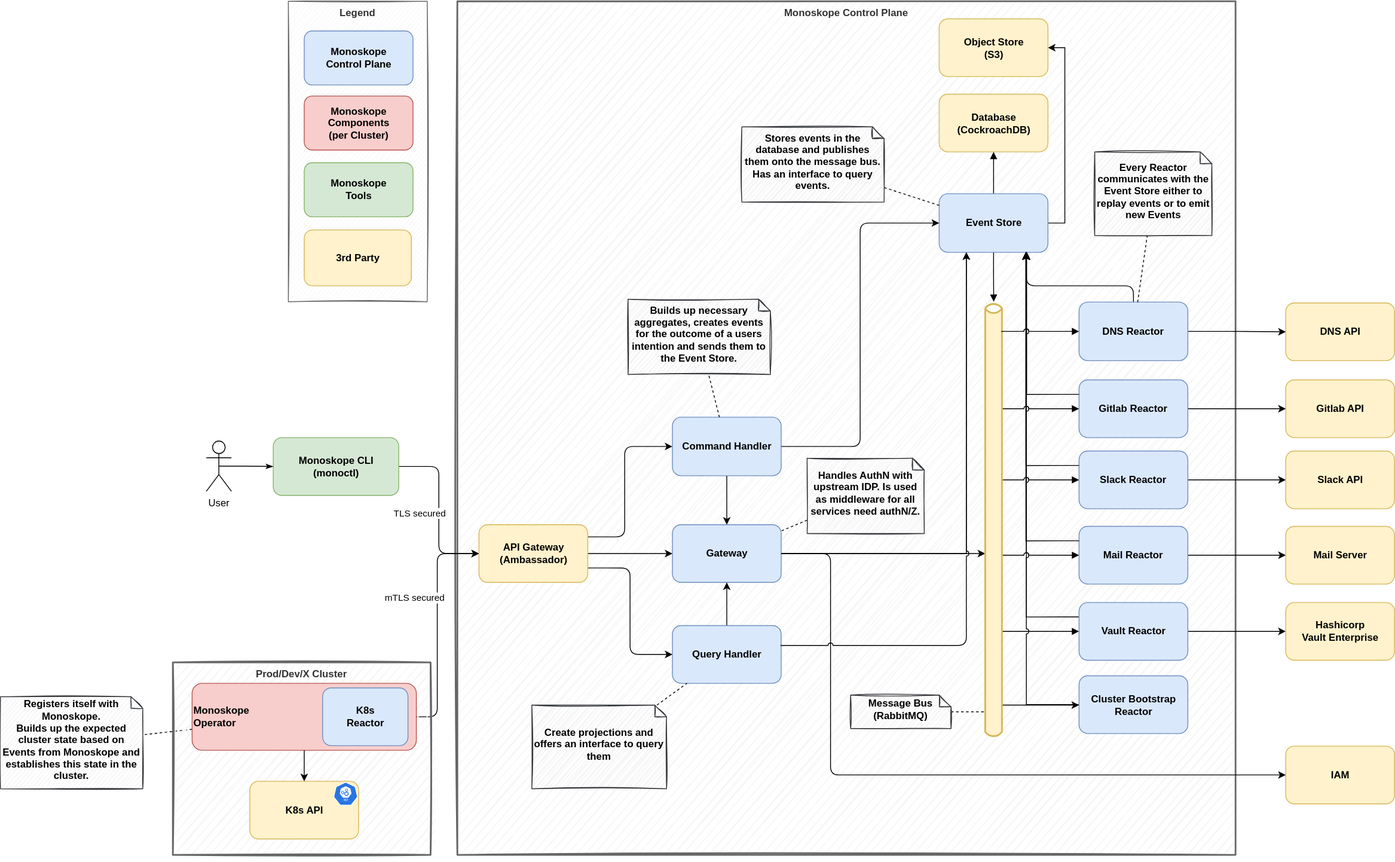
The draw.io diagram docs/diagrams/00-monoskope-architecture.drawio.svg in finleap-connect/monoskope, before a commit. Source tidied: cells renumbered, new cells last; positions are measured from the earlier drawing's top-left corner, leaving out a move shared by most shapes.
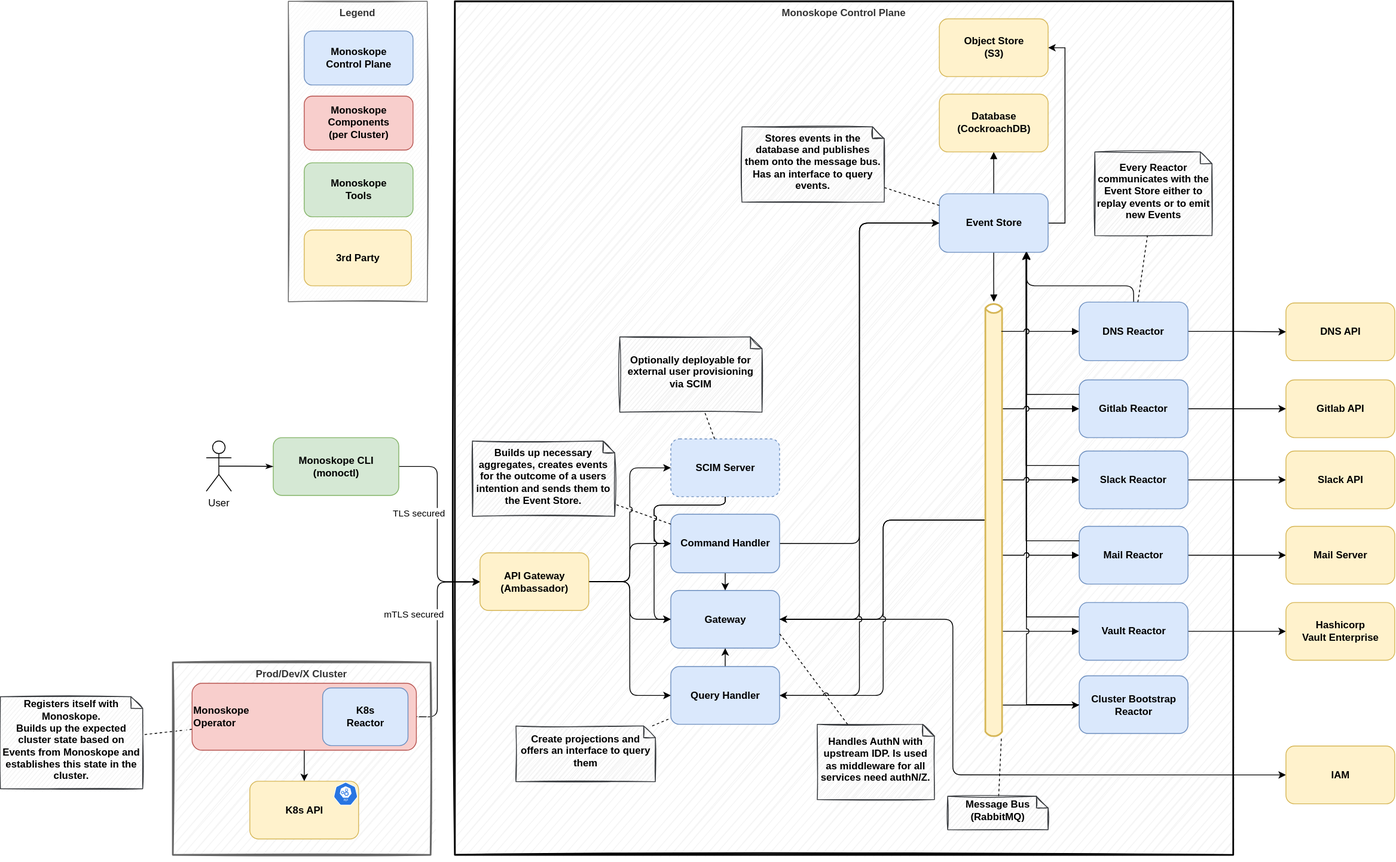
Later version of the same file.

Diff of the diagram source:
```diff
@@ -2,28 +2,33 @@
   <root>
     <mxCell id="0" />
     <mxCell id="1" parent="0" />
-    <mxCell id="2" value="Monoskope Control Plane" style="rounded=0;whiteSpace=wrap;html=1;horizontal=1;verticalAlign=top;fontStyle=1;align=center;labelPosition=center;verticalLabelPosition=middle;strokeWidth=2;labelBackgroundColor=none;shadow=0;sketch=1;fillColor=#f5f5f5;strokeColor=#666666;fontColor=#333333;" parent="1" vertex="1">
-      <mxGeometry x="546" width="930" height="1020" as="geometry" />
+    <mxCell id="2" value="Monoskope Control Plane" style="rounded=0;whiteSpace=wrap;html=1;horizontal=1;verticalAlign=top;fontStyle=1;align=center;labelPosition=center;verticalLabelPosition=middle;strokeWidth=2;labelBackgroundColor=none;shadow=0;sketch=1;fillColor=#f5f5f5;strokeColor=default;fontColor=#333333;" parent="1" vertex="1">
+      <mxGeometry x="543" width="930" height="1020" as="geometry" />
     </mxCell>
     <mxCell id="3" style="edgeStyle=orthogonalEdgeStyle;jettySize=auto;html=1;entryX=0;entryY=0.5;entryDx=0;entryDy=0;" parent="1" edge="1" source="4" target="64">
-      <mxGeometry relative="1" as="geometry" />
+      <mxGeometry relative="1" as="geometry">
+        <Array as="points">
+          <mxPoint x="522" y="556" />
+          <mxPoint x="522" y="694" />
+        </Array>
+      </mxGeometry>
     </mxCell>
     <mxCell id="4" value="&lt;div&gt;Monoskope CLI&lt;/div&gt;&lt;div&gt;(monoctl)&lt;br&gt;&lt;/div&gt;" style="html=1;align=center;fillColor=#d5e8d4;strokeColor=#82b366;fontStyle=1;rounded=1;" parent="1" vertex="1">
       <mxGeometry x="326" y="521.4" width="150" height="69" as="geometry" />
     </mxCell>
-    <mxCell id="5" style="edgeStyle=orthogonalEdgeStyle;rounded=0;jettySize=auto;html=1;entryX=0.25;entryY=1;entryDx=0;entryDy=0;" parent="1" edge="1" source="7" target="12">
+    <mxCell id="5" style="edgeStyle=orthogonalEdgeStyle;rounded=1;jumpStyle=arc;jettySize=auto;html=1;entryX=0;entryY=0.5;entryDx=0;entryDy=0;" parent="1" edge="1" source="7" target="12">
       <mxGeometry relative="1" as="geometry" />
     </mxCell>
-    <mxCell id="6" style="edgeStyle=orthogonalEdgeStyle;rounded=0;jettySize=auto;html=1;exitX=1;exitY=0.5;exitDx=0;exitDy=0;" parent="1" edge="1" source="7" target="40">
-      <mxGeometry relative="1" as="geometry">
-        <Array as="points">
-          <mxPoint x="1126" y="620" />
-          <mxPoint x="1126" y="620" />
-        </Array>
-      </mxGeometry>
-    </mxCell>
+    <mxCell id="94" style="edgeStyle=orthogonalEdgeStyle;rounded=1;jumpStyle=arc;jettySize=auto;html=1;entryX=0;entryY=0.5;entryDx=0;entryDy=0;" parent="1" edge="1" source="7" target="30">
+      <mxGeometry relative="1" as="geometry">
+        <Array as="points">
+          <mxPoint x="1138" y="739" />
+          <mxPoint x="1138" y="925" />
+        </Array>
+      </mxGeometry>
+    </mxCell>
     <mxCell id="7" value="&lt;div&gt;Gateway&lt;/div&gt;" style="html=1;align=center;fillColor=#dae8fc;strokeColor=#6c8ebf;fontStyle=1;rounded=1;" parent="1" vertex="1">
-      <mxGeometry x="803" y="625.4" width="130" height="69" as="geometry" />
+      <mxGeometry x="801" y="704" width="130" height="69" as="geometry" />
     </mxCell>
     <mxCell id="8" style="edgeStyle=none;jettySize=auto;html=1;startArrow=none;startFill=0;endArrow=block;endFill=1;" parent="1" edge="1" source="12" target="51">
       <mxGeometry relative="1" as="geometry" />
@@ -94,9 +99,6 @@
     <mxCell id="24" style="jettySize=auto;html=1;startArrow=none;startFill=0;endArrow=none;endFill=0;dashed=1;" parent="1" edge="1" source="25" target="40">
       <mxGeometry relative="1" as="geometry" />
     </mxCell>
-    <mxCell id="25" value="Message Bus&lt;br&gt;&lt;div&gt;(RabbitMQ)&lt;/div&gt;" style="shape=note;whiteSpace=wrap;html=1;size=14;verticalAlign=middle;align=center;spacingTop=-6;rounded=1;fillColor=#eeeeee;strokeColor=#36393d;fontStyle=1;sketch=1;" parent="1" vertex="1">
-      <mxGeometry x="1016" y="829" width="120" height="40" as="geometry" />
-    </mxCell>
     <mxCell id="26" value="Gitlab API" style="html=1;align=center;fillColor=#fff2cc;strokeColor=#d6b656;fontStyle=1;rounded=1;" parent="1" vertex="1">
       <mxGeometry x="1536" y="452.4" width="130" height="69" as="geometry" />
     </mxCell>
@@ -144,6 +146,12 @@
         </Array>
       </mxGeometry>
     </mxCell>
+    <mxCell id="96" style="edgeStyle=orthogonalEdgeStyle;rounded=1;jumpStyle=arc;jettySize=auto;html=1;" parent="1" edge="1" source="40" target="50">
+      <mxGeometry relative="1" as="geometry" />
+    </mxCell>
+    <mxCell id="97" style="edgeStyle=orthogonalEdgeStyle;rounded=1;jumpStyle=arc;jettySize=auto;html=1;" parent="1" edge="1" source="40" target="7">
+      <mxGeometry relative="1" as="geometry" />
+    </mxCell>
     <mxCell id="40" style="html=1;outlineConnect=0;gradientDirection=north;strokeWidth=2;shape=mxgraph.networks.bus;gradientDirection=north;perimeter=backbonePerimeter;backboneSize=20;rotation=-90;fillColor=#fff2cc;shadow=0;strokeColor=#d6b656;rounded=1;" parent="1" vertex="1">
       <mxGeometry x="926" y="611.7" width="521.7" height="16.5" as="geometry" />
     </mxCell>
@@ -154,9 +162,9 @@
       <mxGeometry relative="1" as="geometry" />
     </mxCell>
     <mxCell id="43" value="Handles AuthN with upstream IDP. Is used as middleware for all services need authN/Z." style="shape=note;whiteSpace=wrap;html=1;size=14;verticalAlign=middle;align=center;spacingTop=-6;rounded=1;fontStyle=1;fillColor=#eeeeee;strokeColor=#36393d;sketch=1;" parent="1" vertex="1">
-      <mxGeometry x="964" y="546" width="140" height="90" as="geometry" />
+      <mxGeometry x="976" y="864" width="140" height="90" as="geometry" />
     </mxCell>
-    <mxCell id="44" style="jettySize=auto;html=1;endArrow=none;endFill=0;dashed=1;" parent="1" edge="1" source="43" target="7">
+    <mxCell id="44" style="jettySize=auto;html=1;endArrow=none;endFill=0;dashed=1;entryX=1;entryY=0.75;entryDx=0;entryDy=0;" parent="1" edge="1" source="43" target="7">
       <mxGeometry relative="1" as="geometry" />
     </mxCell>
     <mxCell id="45" style="edgeStyle=orthogonalEdgeStyle;jettySize=auto;html=1;startArrow=none;startFill=0;" parent="1" edge="1" source="46" target="12">
@@ -176,32 +184,35 @@
     <mxCell id="48" style="jettySize=auto;html=1;endArrow=none;endFill=0;dashed=1;" parent="1" edge="1" source="46" target="47">
       <mxGeometry relative="1" as="geometry" />
     </mxCell>
-    <mxCell id="49" style="edgeStyle=orthogonalEdgeStyle;rounded=0;jettySize=auto;html=1;startArrow=none;startFill=0;" parent="1" edge="1" source="50" target="7">
+    <mxCell id="49" style="edgeStyle=orthogonalEdgeStyle;rounded=1;jumpStyle=arc;jettySize=auto;html=1;" parent="1" edge="1" source="50" target="7">
       <mxGeometry relative="1" as="geometry" />
     </mxCell>
+    <mxCell id="95" style="edgeStyle=orthogonalEdgeStyle;rounded=1;jumpStyle=arc;jettySize=auto;html=1;entryX=0;entryY=0.5;entryDx=0;entryDy=0;" parent="1" edge="1" source="50" target="12">
+      <mxGeometry relative="1" as="geometry" />
+    </mxCell>
     <mxCell id="50" value="Query Handler" style="html=1;align=center;fillColor=#dae8fc;strokeColor=#6c8ebf;fontStyle=1;rounded=1;" parent="1" vertex="1">
-      <mxGeometry x="803" y="746" width="130" height="69" as="geometry" />
+      <mxGeometry x="801" y="795" width="130" height="69" as="geometry" />
     </mxCell>
     <mxCell id="51" value="Database&lt;br&gt;(CockroachDB)" style="html=1;align=center;fillColor=#fff2cc;strokeColor=#d6b656;fontStyle=1;rounded=1;" parent="1" vertex="1">
       <mxGeometry x="1121.8" y="111" width="130" height="69" as="geometry" />
     </mxCell>
     <mxCell id="52" value="Create projections and offers an interface to query them" style="shape=note;whiteSpace=wrap;html=1;size=14;verticalAlign=middle;align=center;spacingTop=-6;rounded=1;fillColor=#eeeeee;strokeColor=#36393d;fontStyle=1;sketch=1;" parent="1" vertex="1">
-      <mxGeometry x="635" y="841" width="161" height="100" as="geometry" />
+      <mxGeometry x="616" y="866" width="166.5" height="66.6" as="geometry" />
     </mxCell>
     <mxCell id="53" style="jettySize=auto;html=1;endArrow=none;endFill=0;dashed=1;" parent="1" edge="1" source="52" target="50">
       <mxGeometry relative="1" as="geometry" />
     </mxCell>
+    <mxCell id="55" style="edgeStyle=orthogonalEdgeStyle;rounded=1;jumpStyle=arc;jettySize=auto;html=1;entryX=0.5;entryY=0;entryDx=0;entryDy=0;" parent="1" edge="1" source="56" target="7">
+      <mxGeometry relative="1" as="geometry" />
+    </mxCell>
-    <mxCell id="54" style="edgeStyle=orthogonalEdgeStyle;jettySize=auto;html=1;entryX=0;entryY=0.5;entryDx=0;entryDy=0;" parent="1" edge="1" source="56" target="12">
+    <mxCell id="54" style="edgeStyle=orthogonalEdgeStyle;rounded=1;jumpStyle=arc;jettySize=auto;html=1;entryX=0;entryY=0.5;entryDx=0;entryDy=0;" parent="1" edge="1" source="56" target="12">
       <mxGeometry relative="1" as="geometry" />
     </mxCell>
-    <mxCell id="55" style="edgeStyle=orthogonalEdgeStyle;rounded=0;jettySize=auto;html=1;" parent="1" edge="1" source="56" target="7">
-      <mxGeometry relative="1" as="geometry" />
-    </mxCell>
     <mxCell id="56" value="Command Handler" style="html=1;align=center;fillColor=#dae8fc;strokeColor=#6c8ebf;fontStyle=1;rounded=1;" parent="1" vertex="1">
-      <mxGeometry x="803" y="497" width="130" height="70" as="geometry" />
+      <mxGeometry x="801" y="613" width="130" height="70" as="geometry" />
     </mxCell>
     <mxCell id="57" value="Builds up necessary aggregates, creates events for the outcome of a users intention and sends them to the Event Store." style="shape=note;whiteSpace=wrap;html=1;size=14;verticalAlign=middle;align=center;spacingTop=-6;rounded=1;fillColor=#eeeeee;strokeColor=#36393d;fontStyle=1;sketch=1;" parent="1" vertex="1">
-      <mxGeometry x="750" y="356" width="170" height="90" as="geometry" />
+      <mxGeometry x="564" y="525.5" width="170" height="90" as="geometry" />
     </mxCell>
     <mxCell id="58" style="jettySize=auto;html=1;endArrow=none;endFill=0;dashed=1;" parent="1" edge="1" source="56" target="57">
       <mxGeometry relative="1" as="geometry" />
@@ -212,22 +223,20 @@
     <mxCell id="60" style="jettySize=auto;html=1;endArrow=none;endFill=0;dashed=1;" parent="1" edge="1" source="12" target="59">
       <mxGeometry relative="1" as="geometry" />
     </mxCell>
+    <mxCell id="98" style="edgeStyle=orthogonalEdgeStyle;rounded=1;jumpStyle=arc;jettySize=auto;html=1;entryX=0;entryY=0.5;entryDx=0;entryDy=0;" parent="1" edge="1" source="64" target="101">
+      <mxGeometry relative="1" as="geometry" />
+    </mxCell>
+    <mxCell id="62" style="edgeStyle=orthogonalEdgeStyle;rounded=1;jumpStyle=arc;jettySize=auto;html=1;entryX=0;entryY=0.5;entryDx=0;entryDy=0;" parent="1" edge="1" source="64" target="50">
+      <mxGeometry relative="1" as="geometry" />
+    </mxCell>
-    <mxCell id="61" style="edgeStyle=orthogonalEdgeStyle;jettySize=auto;html=1;entryX=0;entryY=0.5;entryDx=0;entryDy=0;" parent="1" edge="1" source="64" target="56">
-      <mxGeometry relative="1" as="geometry">
-        <Array as="points">
-          <mxPoint x="746" y="640" />
-          <mxPoint x="746" y="532" />
-        </Array>
-      </mxGeometry>
+    <mxCell id="61" style="edgeStyle=orthogonalEdgeStyle;rounded=1;jumpStyle=arc;jettySize=auto;html=1;" parent="1" edge="1" source="64" target="56">
+      <mxGeometry relative="1" as="geometry" />
     </mxCell>
-    <mxCell id="62" style="edgeStyle=orthogonalEdgeStyle;jettySize=auto;html=1;entryX=0;entryY=0.5;entryDx=0;entryDy=0;exitX=1;exitY=0.75;exitDx=0;exitDy=0;" parent="1" edge="1" source="64" target="50">
-      <mxGeometry relative="1" as="geometry" />
-    </mxCell>
-    <mxCell id="63" style="edgeStyle=orthogonalEdgeStyle;rounded=0;jettySize=auto;html=1;exitX=1;exitY=0.5;exitDx=0;exitDy=0;" parent="1" edge="1" source="64" target="7">
+    <mxCell id="63" style="edgeStyle=orthogonalEdgeStyle;rounded=1;jumpStyle=arc;jettySize=auto;html=1;" parent="1" edge="1" source="64" target="7">
       <mxGeometry relative="1" as="geometry" />
     </mxCell>
     <mxCell id="64" value="&lt;div&gt;API Gateway&lt;/div&gt;&lt;div&gt;(Ambassador)&lt;/div&gt;" style="html=1;align=center;fillColor=#fff2cc;strokeColor=#d6b656;fontStyle=1;rounded=1;" parent="1" vertex="1">
-      <mxGeometry x="571.8" y="625.4" width="130" height="69" as="geometry" />
+      <mxGeometry x="573" y="659" width="130" height="69" as="geometry" />
     </mxCell>
     <mxCell id="65" value="&lt;div&gt;Registers itself with Monoskope.&lt;/div&gt;&lt;div&gt;Builds up the expected cluster state based on Events from Monoskope and establishes this state in the cluster.&lt;br&gt;&lt;/div&gt;" style="shape=note;whiteSpace=wrap;html=1;size=14;verticalAlign=middle;align=center;spacingTop=-6;rounded=1;fontStyle=1;labelBorderColor=none;labelBackgroundColor=none;fillColor=#eeeeee;strokeColor=#36393d;sketch=1;" parent="1" vertex="1">
       <mxGeometry y="831" width="170" height="110" as="geometry" />
@@ -260,7 +269,8 @@
       <mxGeometry relative="1" as="geometry">
         <Array as="points">
           <mxPoint x="522" y="855" />
-          <mxPoint x="522" y="660" />
+          <mxPoint x="522" y="694" />
+          <mxPoint x="573" y="694" />
         </Array>
       </mxGeometry>
     </mxCell>
@@ -323,20 +333,35 @@
     <mxCell id="93" style="edgeStyle=orthogonalEdgeStyle;jettySize=auto;html=1;" parent="85" edge="1" source="91" target="88">
       <mxGeometry relative="1" as="geometry" />
     </mxCell>
-    <mxCell id="94" style="edgeStyle=orthogonalEdgeStyle;jettySize=auto;html=1;exitX=1;exitY=0.5;exitDx=0;exitDy=0;entryX=0;entryY=0.5;entryDx=0;entryDy=0;jumpStyle=arc;" parent="1" edge="1" source="7" target="30">
-      <mxGeometry relative="1" as="geometry">
-        <Array as="points">
-          <mxPoint x="992" y="660" />
-          <mxPoint x="992" y="924" />
-        </Array>
-      </mxGeometry>
-    </mxCell>
-    <mxCell id="95" style="edgeStyle=orthogonalEdgeStyle;jettySize=auto;html=1;exitX=0.994;exitY=0.345;exitDx=0;exitDy=0;entryX=0.25;entryY=1;entryDx=0;entryDy=0;exitPerimeter=0;jumpStyle=arc;" parent="1" edge="1" source="50" target="12">
-      <mxGeometry relative="1" as="geometry">
-        <Array as="points">
-          <mxPoint x="1154" y="770" />
-        </Array>
-      </mxGeometry>
-    </mxCell>
+    <mxCell id="99" style="edgeStyle=orthogonalEdgeStyle;rounded=1;jumpStyle=arc;jettySize=auto;html=1;entryX=0;entryY=0.5;entryDx=0;entryDy=0;" parent="1" edge="1" source="101" target="56">
+      <mxGeometry relative="1" as="geometry">
+        <Array as="points">
+          <mxPoint x="866" y="602" />
+          <mxPoint x="781" y="602" />
+          <mxPoint x="781" y="648" />
+        </Array>
+      </mxGeometry>
+    </mxCell>
+    <mxCell id="100" style="edgeStyle=orthogonalEdgeStyle;rounded=1;jumpStyle=arc;jettySize=auto;html=1;entryX=0;entryY=0.5;entryDx=0;entryDy=0;" parent="1" edge="1" source="101" target="7">
+      <mxGeometry relative="1" as="geometry">
+        <Array as="points">
+          <mxPoint x="866" y="602" />
+          <mxPoint x="781" y="602" />
+          <mxPoint x="781" y="739" />
+        </Array>
+      </mxGeometry>
+    </mxCell>
+    <mxCell id="101" value="SCIM Server" style="html=1;align=center;fillColor=#dae8fc;strokeColor=#6c8ebf;fontStyle=1;rounded=1;dashed=1;" parent="1" vertex="1">
+      <mxGeometry x="801" y="523" width="130" height="69" as="geometry" />
+    </mxCell>
+    <mxCell id="25" value="Message Bus&lt;br&gt;&lt;div&gt;(RabbitMQ)&lt;/div&gt;" style="shape=note;whiteSpace=wrap;html=1;size=14;verticalAlign=middle;align=center;spacingTop=-6;rounded=1;fillColor=#eeeeee;strokeColor=#36393d;fontStyle=1;sketch=1;" parent="1" vertex="1">
+      <mxGeometry x="1131.8" y="950" width="120" height="40" as="geometry" />
+    </mxCell>
+    <mxCell id="102" value="Optionally deployable for external user provisioning via SCIM" style="shape=note;whiteSpace=wrap;html=1;size=14;verticalAlign=middle;align=center;spacingTop=-6;rounded=1;fillColor=#eeeeee;strokeColor=#36393d;fontStyle=1;sketch=1;" parent="1" vertex="1">
+      <mxGeometry x="740" y="401" width="170" height="90" as="geometry" />
+    </mxCell>
+    <mxCell id="103" style="jettySize=auto;html=1;endArrow=none;endFill=0;dashed=1;" parent="1" edge="1" source="101" target="102">
+      <mxGeometry relative="1" as="geometry" />
+    </mxCell>
   </root>
 </mxGraphModel>
```
